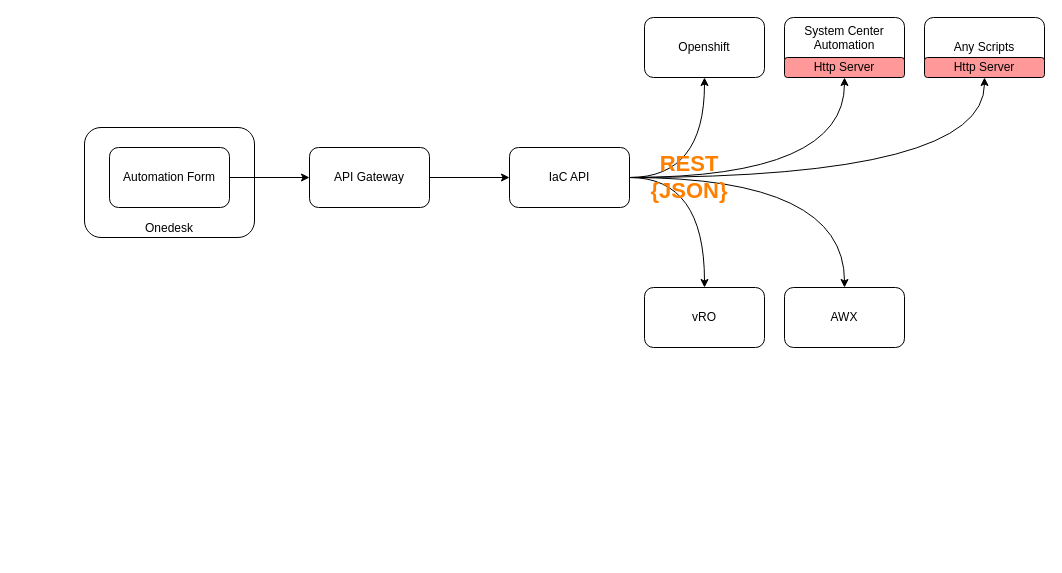
The draw.io diagram iac-flow.drawio in haidouks/draw.io, before the edit. Source tidied: cells renumbered, new cells numbered last; positions are measured from the earlier drawing's top-left corner, leaving out a move shared by most shapes. Both pictures are drawn from the tidied source at 100%, with x=0, y=0 at pixel (84, 17).
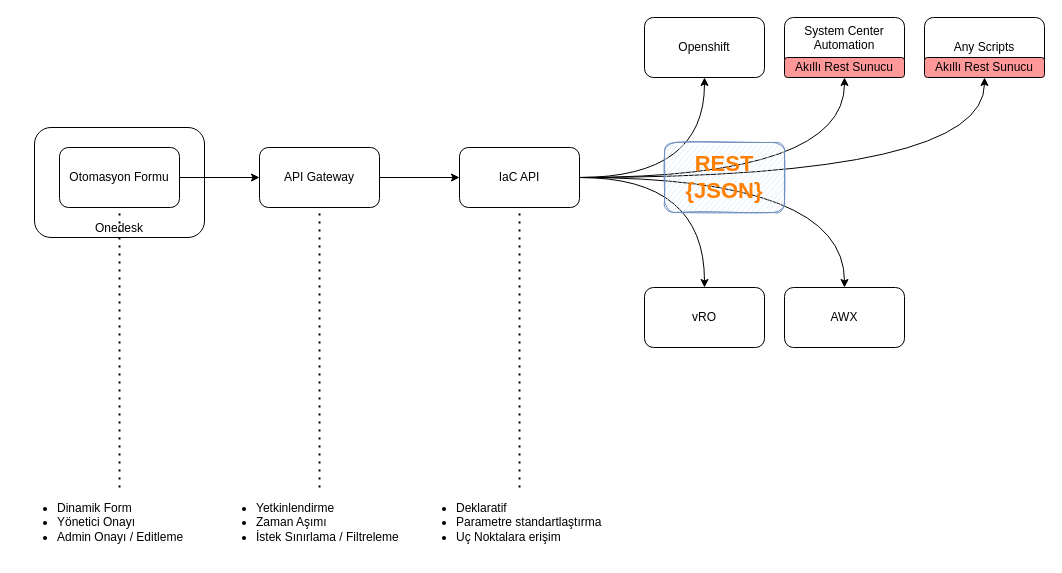
The same diagram, later.

Diff of the diagram source:
```diff
@@
     <mxCell id="2" value="Onedesk" style="rounded=1;whiteSpace=wrap;html=1;verticalAlign=bottom;" parent="1" vertex="1">
-      <mxGeometry y="110" width="170" height="110" as="geometry" />
+      <mxGeometry x="-50" y="110" width="170" height="110" as="geometry" />
     </mxCell>
@@
-    <mxCell id="4" value="Automation Form" style="whiteSpace=wrap;html=1;rounded=1;" parent="1" vertex="1">
-      <mxGeometry x="25" y="130" width="120" height="60" as="geometry" />
+    <mxCell id="4" value="Otomasyon Formu" style="whiteSpace=wrap;html=1;rounded=1;" parent="1" vertex="1">
+      <mxGeometry x="-25" y="130" width="120" height="60" as="geometry" />
     </mxCell>
@@
     <mxCell id="6" value="API Gateway" style="whiteSpace=wrap;html=1;rounded=1;" parent="1" vertex="1">
-      <mxGeometry x="225" y="130" width="120" height="60" as="geometry" />
+      <mxGeometry x="175" y="130" width="120" height="60" as="geometry" />
     </mxCell>
@@
     <mxCell id="12" value="IaC API" style="whiteSpace=wrap;html=1;rounded=1;" parent="1" vertex="1">
-      <mxGeometry x="425" y="130" width="120" height="60" as="geometry" />
+      <mxGeometry x="375" y="130" width="120" height="60" as="geometry" />
     </mxCell>
@@
-    <mxCell id="18" value="Http Server" style="rounded=1;whiteSpace=wrap;html=1;fillColor=#FF9999;" parent="1" vertex="1">
+    <mxCell id="18" value="Akıllı Rest Sunucu" style="rounded=1;whiteSpace=wrap;html=1;fillColor=#FF9999;" parent="1" vertex="1">
       <mxGeometry x="840" y="40" width="120" height="20" as="geometry" />
     </mxCell>
-    <mxCell id="19" value="Http Server" style="rounded=1;whiteSpace=wrap;html=1;fillColor=#FF9999;" parent="1" vertex="1">
+    <mxCell id="19" value="Akıllı Rest Sunucu" style="rounded=1;whiteSpace=wrap;html=1;fillColor=#FF9999;" parent="1" vertex="1">
       <mxGeometry x="700" y="40" width="120" height="20" as="geometry" />
     </mxCell>
+    <mxCell id="21" style="endArrow=none;dashed=1;html=1;dashPattern=1 3;strokeWidth=2;entryX=0.5;entryY=1;entryDx=0;entryDy=0;exitX=0.5;exitY=0;exitDx=0;exitDy=0;" parent="1" edge="1" source="22" target="4">
+      <mxGeometry relative="1" as="geometry" />
+    </mxCell>
+    <mxCell id="22" value="&lt;ul&gt;&lt;li&gt;Dinamik Form&lt;br&gt;&lt;/li&gt;&lt;li&gt;Yönetici Onayı&lt;/li&gt;&lt;li&gt;Admin Onayı / Editleme&lt;/li&gt;&lt;/ul&gt;" style="text;html=1;strokeColor=none;fillColor=none;align=left;verticalAlign=middle;whiteSpace=wrap;rounded=0;dashed=1;spacingTop=10;spacing=0;" parent="1" vertex="1">
+      <mxGeometry x="-67.5" y="470" width="205" height="60" as="geometry" />
+    </mxCell>
+    <mxCell id="23" style="endArrow=none;dashed=1;html=1;dashPattern=1 3;strokeWidth=2;entryX=0.5;entryY=1;entryDx=0;entryDy=0;exitX=0.5;exitY=0;exitDx=0;exitDy=0;" parent="1" edge="1" source="24" target="6">
+      <mxGeometry relative="1" as="geometry" />
+    </mxCell>
+    <mxCell id="24" value="&lt;ul&gt;&lt;li&gt;Yetkinlendirme&lt;/li&gt;&lt;li&gt;Zaman Aşımı&lt;/li&gt;&lt;li&gt;İstek Sınırlama / Filtreleme&lt;/li&gt;&lt;/ul&gt;" style="text;html=1;strokeColor=none;fillColor=none;align=left;verticalAlign=middle;whiteSpace=wrap;rounded=0;dashed=1;spacingTop=10;spacing=-1;" parent="1" vertex="1">
+      <mxGeometry x="132.5" y="470" width="205" height="60" as="geometry" />
+    </mxCell>
-    <mxCell id="20" value="&lt;font color=&quot;#ff8000&quot;&gt;&lt;span style=&quot;font-size: 22px&quot;&gt;REST&lt;br&gt;{JSON}&lt;/span&gt;&lt;/font&gt;" style="text;html=1;strokeColor=none;fillColor=none;align=center;verticalAlign=middle;whiteSpace=wrap;rounded=0;fontStyle=1;" parent="1" vertex="1">
-      <mxGeometry x="570" y="150" width="70" height="20" as="geometry" />
+    <mxCell id="20" value="&lt;font color=&quot;#ff8000&quot;&gt;&lt;span style=&quot;font-size: 22px&quot;&gt;REST&lt;br&gt;{JSON}&lt;/span&gt;&lt;/font&gt;" style="text;html=1;strokeColor=#6c8ebf;fillColor=#dae8fc;align=center;verticalAlign=middle;whiteSpace=wrap;rounded=1;fontStyle=1;sketch=1;" parent="1" vertex="1">
+      <mxGeometry x="580" y="125" width="120" height="70" as="geometry" />
     </mxCell>
+    <mxCell id="25" style="endArrow=none;dashed=1;html=1;dashPattern=1 3;strokeWidth=2;entryX=0.5;entryY=1;entryDx=0;entryDy=0;" parent="1" edge="1" target="12">
+      <mxGeometry relative="1" as="geometry">
+        <mxPoint x="435" y="470" as="sourcePoint" />
+      </mxGeometry>
+    </mxCell>
+    <mxCell id="26" value="&lt;ul&gt;&lt;li&gt;Deklaratif&lt;/li&gt;&lt;li&gt;Parametre standartlaştırma&lt;/li&gt;&lt;li&gt;Uç Noktalara erişim&lt;/li&gt;&lt;/ul&gt;" style="text;html=1;strokeColor=none;fillColor=none;align=left;verticalAlign=middle;whiteSpace=wrap;rounded=0;dashed=1;spacingTop=10;spacing=-1;" parent="1" vertex="1">
+      <mxGeometry x="332.5" y="470" width="205" height="60" as="geometry" />
+    </mxCell>
```
